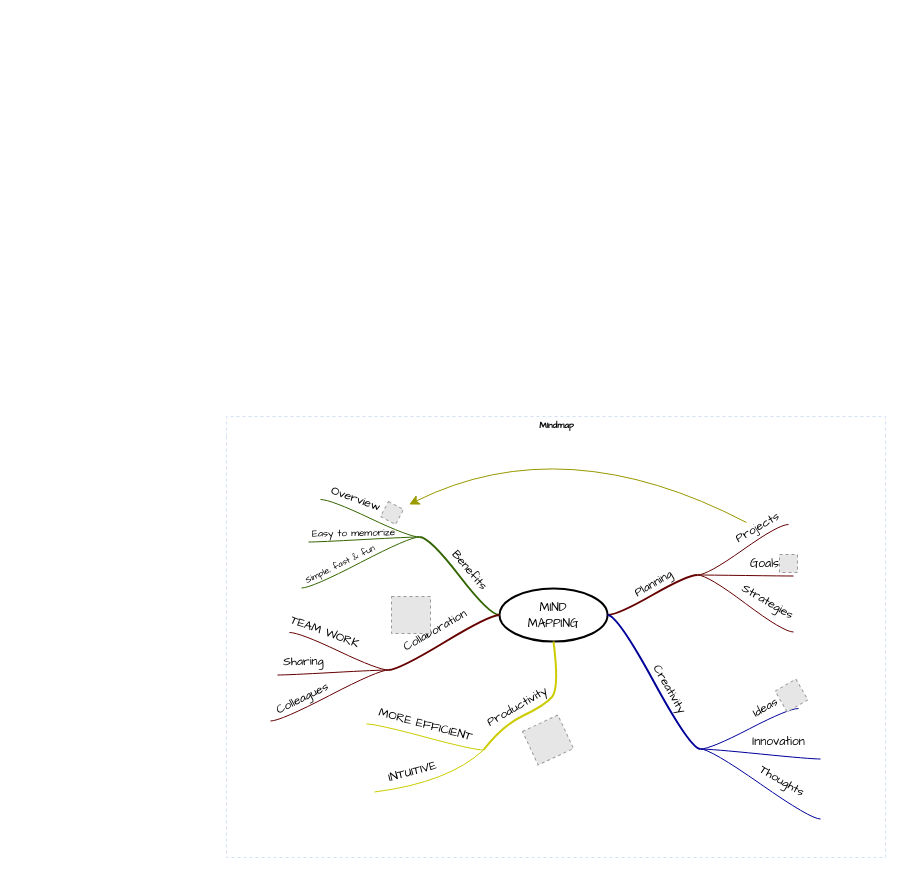
This is Диаграмма без названия.drawio from yibibyte/MindMap, a draw.io file, before an edit. Source tidied: cells renumbered, new cells numbered last; positions are measured from the earlier drawing's top-left corner, leaving out a move shared by most shapes. Both pictures are drawn from the tidied source at 100%, with x=0, y=0 at pixel (226, 416). Pictures stored in the file or linked from it are replaced by grey dashed boxes.
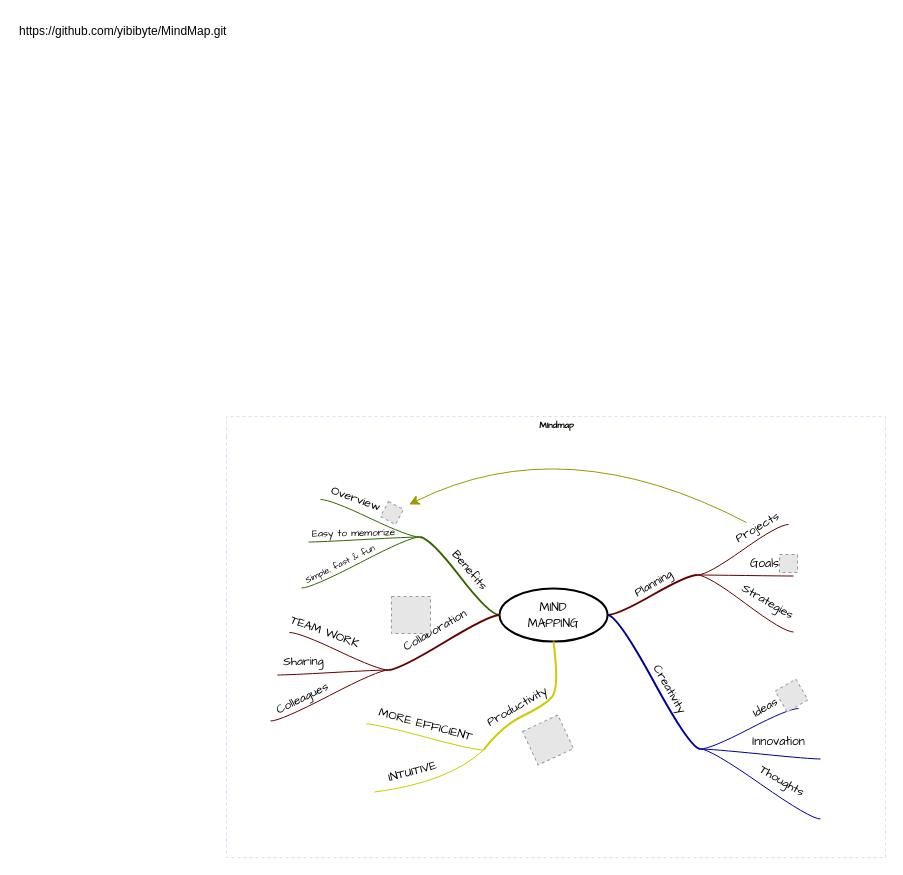
The same page after the edit.

What changed in the source:
```diff
@@
+    <mxCell id="72" value="https://github.com/yibibyte/MindMap.git" style="text;whiteSpace=wrap;html=1;" parent="1" vertex="1">
+      <mxGeometry x="-209" y="-399" width="235" height="36" as="geometry" />
+    </mxCell>
```
